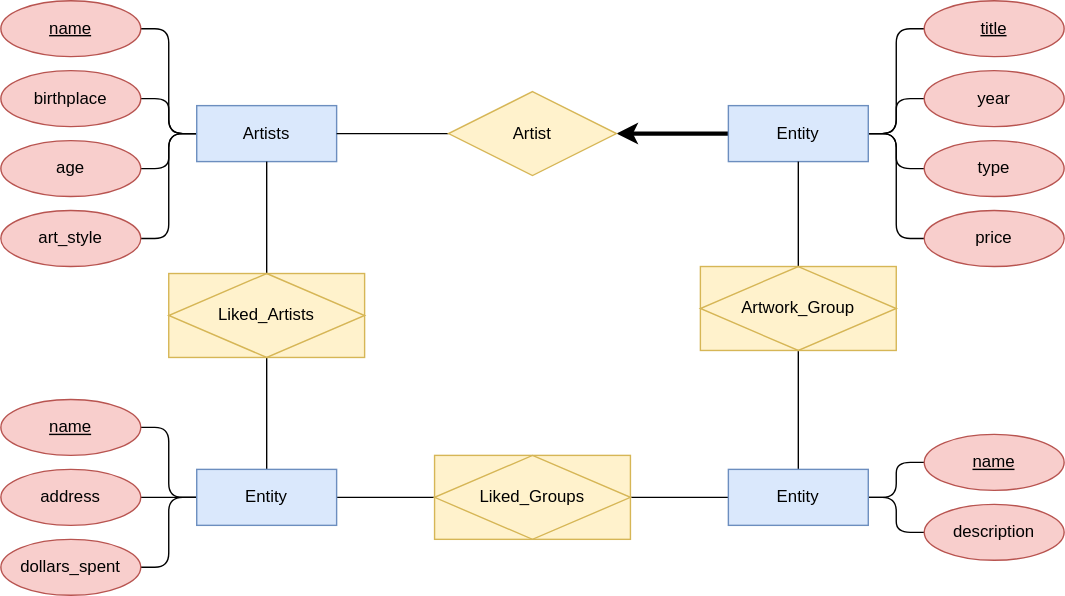
This is ArtBase/ER.svg from eamonniknafs/sample-SQL-schemas, a draw.io export, as it was before one commit. Source tidied: cells renumbered, new cells last; positions are measured from the earlier drawing's top-left corner, leaving out a move shared by most shapes. The source it was exported from:
```xml
<mxGraphModel background="#FFFFFF">
  <root>
    <mxCell id="0" />
    <mxCell id="1" parent="0" />
    <mxCell id="2" style="edgeStyle=orthogonalEdgeStyle;rounded=1;jettySize=auto;html=1;exitX=0;exitY=0.5;exitDx=0;exitDy=0;endArrow=none;endFill=0;" parent="1" edge="1" source="7" target="28">
      <mxGeometry relative="1" as="geometry" />
    </mxCell>
    <mxCell id="3" style="edgeStyle=orthogonalEdgeStyle;rounded=1;jettySize=auto;html=1;exitX=0;exitY=0.5;exitDx=0;exitDy=0;entryX=1;entryY=0.5;entryDx=0;entryDy=0;endArrow=none;endFill=0;" parent="1" edge="1" source="7" target="30">
      <mxGeometry relative="1" as="geometry" />
    </mxCell>
    <mxCell id="4" style="edgeStyle=orthogonalEdgeStyle;rounded=1;jettySize=auto;html=1;exitX=0;exitY=0.5;exitDx=0;exitDy=0;entryX=1;entryY=0.5;entryDx=0;entryDy=0;endArrow=none;endFill=0;" parent="1" edge="1" source="7" target="29">
      <mxGeometry relative="1" as="geometry" />
    </mxCell>
    <mxCell id="5" style="edgeStyle=orthogonalEdgeStyle;rounded=0;jettySize=auto;html=1;exitX=1;exitY=0.5;exitDx=0;exitDy=0;entryX=0;entryY=0.5;entryDx=0;entryDy=0;fontFamily=Helvetica;fontSize=12;fontColor=default;endArrow=none;endFill=0;" parent="1" edge="1" source="7" target="31">
      <mxGeometry relative="1" as="geometry" />
    </mxCell>
    <mxCell id="6" style="edgeStyle=orthogonalEdgeStyle;rounded=0;jettySize=auto;html=1;exitX=0.5;exitY=0;exitDx=0;exitDy=0;entryX=0.5;entryY=1;entryDx=0;entryDy=0;fontFamily=Helvetica;fontSize=12;fontColor=default;endArrow=none;endFill=0;" parent="1" edge="1" source="7" target="33">
      <mxGeometry relative="1" as="geometry" />
    </mxCell>
    <mxCell id="7" value="Entity" style="whiteSpace=wrap;html=1;align=center;fillColor=#dae8fc;strokeColor=#6c8ebf;" parent="1" vertex="1">
      <mxGeometry x="140" y="335" width="100" height="40" as="geometry" />
    </mxCell>
    <mxCell id="8" style="edgeStyle=entityRelationEdgeStyle;rounded=0;jettySize=auto;html=1;exitX=0;exitY=0.5;exitDx=0;exitDy=0;entryX=1;entryY=0.5;entryDx=0;entryDy=0;fontFamily=Helvetica;fontSize=12;fontColor=default;startArrow=none;startFill=0;endArrow=classic;endFill=1;strokeWidth=3;" parent="1" edge="1" source="13" target="35">
      <mxGeometry relative="1" as="geometry" />
    </mxCell>
    <mxCell id="9" style="edgeStyle=orthogonalEdgeStyle;shape=connector;rounded=1;jettySize=auto;html=1;exitX=1;exitY=0.5;exitDx=0;exitDy=0;entryX=0;entryY=0.5;entryDx=0;entryDy=0;labelBackgroundColor=default;fontFamily=Helvetica;fontSize=11;fontColor=default;endArrow=none;endFill=0;strokeColor=default;" parent="1" edge="1" source="13" target="40">
      <mxGeometry relative="1" as="geometry" />
    </mxCell>
    <mxCell id="10" style="edgeStyle=orthogonalEdgeStyle;shape=connector;rounded=1;jettySize=auto;html=1;exitX=1;exitY=0.5;exitDx=0;exitDy=0;entryX=0;entryY=0.5;entryDx=0;entryDy=0;labelBackgroundColor=default;fontFamily=Helvetica;fontSize=11;fontColor=default;endArrow=none;endFill=0;strokeColor=default;" parent="1" edge="1" source="13" target="38">
      <mxGeometry relative="1" as="geometry" />
    </mxCell>
    <mxCell id="11" style="edgeStyle=orthogonalEdgeStyle;shape=connector;rounded=1;jettySize=auto;html=1;exitX=1;exitY=0.5;exitDx=0;exitDy=0;entryX=0;entryY=0.5;entryDx=0;entryDy=0;labelBackgroundColor=default;fontFamily=Helvetica;fontSize=11;fontColor=default;endArrow=none;endFill=0;strokeColor=default;" parent="1" edge="1" source="13" target="39">
      <mxGeometry relative="1" as="geometry" />
    </mxCell>
    <mxCell id="12" style="edgeStyle=orthogonalEdgeStyle;shape=connector;rounded=1;jettySize=auto;html=1;exitX=1;exitY=0.5;exitDx=0;exitDy=0;entryX=0;entryY=0.5;entryDx=0;entryDy=0;labelBackgroundColor=default;fontFamily=Helvetica;fontSize=11;fontColor=default;endArrow=none;endFill=0;strokeColor=default;" parent="1" edge="1" source="13" target="41">
      <mxGeometry relative="1" as="geometry" />
    </mxCell>
    <mxCell id="13" value="Entity" style="whiteSpace=wrap;html=1;align=center;fillColor=#dae8fc;strokeColor=#6c8ebf;" parent="1" vertex="1">
      <mxGeometry x="520" y="75" width="100" height="40" as="geometry" />
    </mxCell>
    <mxCell id="14" style="edgeStyle=orthogonalEdgeStyle;rounded=1;jettySize=auto;html=1;exitX=0;exitY=0.5;exitDx=0;exitDy=0;entryX=1;entryY=0.5;entryDx=0;entryDy=0;endArrow=none;endFill=0;" parent="1" edge="1" source="18" target="24">
      <mxGeometry relative="1" as="geometry" />
    </mxCell>
    <mxCell id="15" style="edgeStyle=orthogonalEdgeStyle;jettySize=auto;html=1;exitX=0;exitY=0.5;exitDx=0;exitDy=0;entryX=1;entryY=0.5;entryDx=0;entryDy=0;endArrow=none;endFill=0;rounded=1;" parent="1" edge="1" source="18" target="26">
      <mxGeometry relative="1" as="geometry" />
    </mxCell>
    <mxCell id="16" style="edgeStyle=orthogonalEdgeStyle;rounded=1;jettySize=auto;html=1;exitX=0;exitY=0.5;exitDx=0;exitDy=0;entryX=1;entryY=0.5;entryDx=0;entryDy=0;endArrow=none;endFill=0;" parent="1" edge="1" source="18" target="25">
      <mxGeometry relative="1" as="geometry" />
    </mxCell>
    <mxCell id="17" style="edgeStyle=orthogonalEdgeStyle;rounded=1;jettySize=auto;html=1;exitX=0;exitY=0.5;exitDx=0;exitDy=0;entryX=1;entryY=0.5;entryDx=0;entryDy=0;endArrow=none;endFill=0;" parent="1" edge="1" source="18" target="27">
      <mxGeometry relative="1" as="geometry" />
    </mxCell>
    <mxCell id="18" value="Artists" style="whiteSpace=wrap;html=1;align=center;fillColor=#dae8fc;strokeColor=#6c8ebf;" parent="1" vertex="1">
      <mxGeometry x="140" y="75" width="100" height="40" as="geometry" />
    </mxCell>
    <mxCell id="19" style="edgeStyle=orthogonalEdgeStyle;rounded=0;jettySize=auto;html=1;exitX=0;exitY=0.5;exitDx=0;exitDy=0;fontFamily=Helvetica;fontSize=12;fontColor=default;endArrow=none;endFill=0;" parent="1" edge="1" source="23" target="31">
      <mxGeometry relative="1" as="geometry" />
    </mxCell>
    <mxCell id="20" style="edgeStyle=orthogonalEdgeStyle;rounded=0;jettySize=auto;html=1;exitX=0.5;exitY=0;exitDx=0;exitDy=0;entryX=0.5;entryY=1;entryDx=0;entryDy=0;fontFamily=Helvetica;fontSize=12;fontColor=default;endArrow=none;endFill=0;" parent="1" edge="1" source="23" target="37">
      <mxGeometry relative="1" as="geometry" />
    </mxCell>
    <mxCell id="21" style="edgeStyle=orthogonalEdgeStyle;shape=connector;rounded=1;jettySize=auto;html=1;exitX=1;exitY=0.5;exitDx=0;exitDy=0;entryX=0;entryY=0.5;entryDx=0;entryDy=0;labelBackgroundColor=default;fontFamily=Helvetica;fontSize=11;fontColor=default;endArrow=none;endFill=0;strokeColor=default;" parent="1" edge="1" source="23" target="43">
      <mxGeometry relative="1" as="geometry" />
    </mxCell>
    <mxCell id="22" style="edgeStyle=orthogonalEdgeStyle;shape=connector;rounded=1;jettySize=auto;html=1;exitX=1;exitY=0.5;exitDx=0;exitDy=0;entryX=0;entryY=0.5;entryDx=0;entryDy=0;labelBackgroundColor=default;fontFamily=Helvetica;fontSize=11;fontColor=default;endArrow=none;endFill=0;strokeColor=default;" parent="1" edge="1" source="23" target="42">
      <mxGeometry relative="1" as="geometry" />
    </mxCell>
    <mxCell id="23" value="Entity" style="whiteSpace=wrap;html=1;align=center;fillColor=#dae8fc;strokeColor=#6c8ebf;" parent="1" vertex="1">
      <mxGeometry x="520" y="335" width="100" height="40" as="geometry" />
    </mxCell>
    <mxCell id="24" value="birthplace" style="ellipse;whiteSpace=wrap;html=1;align=center;fillColor=#f8cecc;strokeColor=#b85450;" parent="1" vertex="1">
      <mxGeometry y="50" width="100" height="40" as="geometry" />
    </mxCell>
    <mxCell id="25" value="age" style="ellipse;whiteSpace=wrap;html=1;align=center;fillColor=#f8cecc;strokeColor=#b85450;" parent="1" vertex="1">
      <mxGeometry y="100" width="100" height="40" as="geometry" />
    </mxCell>
    <mxCell id="26" value="name" style="ellipse;whiteSpace=wrap;html=1;align=center;fontStyle=4;fillColor=#f8cecc;strokeColor=#b85450;" parent="1" vertex="1">
      <mxGeometry width="100" height="40" as="geometry" />
    </mxCell>
    <mxCell id="27" value="art_style" style="ellipse;whiteSpace=wrap;html=1;align=center;fillColor=#f8cecc;strokeColor=#b85450;" parent="1" vertex="1">
      <mxGeometry y="150" width="100" height="40" as="geometry" />
    </mxCell>
    <mxCell id="28" value="address" style="ellipse;whiteSpace=wrap;html=1;align=center;fillColor=#f8cecc;strokeColor=#b85450;" parent="1" vertex="1">
      <mxGeometry y="335" width="100" height="40" as="geometry" />
    </mxCell>
    <mxCell id="29" value="dollars_spent" style="ellipse;whiteSpace=wrap;html=1;align=center;fillColor=#f8cecc;strokeColor=#b85450;" parent="1" vertex="1">
      <mxGeometry y="385" width="100" height="40" as="geometry" />
    </mxCell>
    <mxCell id="30" value="name" style="ellipse;whiteSpace=wrap;html=1;align=center;fontStyle=4;fillColor=#f8cecc;strokeColor=#b85450;" parent="1" vertex="1">
      <mxGeometry y="285" width="100" height="40" as="geometry" />
    </mxCell>
    <mxCell id="31" value="Liked_Groups" style="shape=associativeEntity;whiteSpace=wrap;html=1;align=center;fillColor=#fff2cc;strokeColor=#d6b656;gradientColor=none;perimeter=rectanglePerimeter;fixDash=0;noLabel=0;backgroundOutline=0;portConstraintRotation=0;" parent="1" vertex="1">
      <mxGeometry x="310" y="325" width="140" height="60" as="geometry" />
    </mxCell>
    <mxCell id="32" style="edgeStyle=orthogonalEdgeStyle;rounded=0;jettySize=auto;html=1;exitX=0.5;exitY=0;exitDx=0;exitDy=0;entryX=0.5;entryY=1;entryDx=0;entryDy=0;fontFamily=Helvetica;fontSize=12;fontColor=default;endArrow=none;endFill=0;" parent="1" edge="1" source="33" target="18">
      <mxGeometry relative="1" as="geometry" />
    </mxCell>
    <mxCell id="33" value="Liked_Artists" style="shape=associativeEntity;whiteSpace=wrap;html=1;align=center;fillColor=#fff2cc;strokeColor=#d6b656;gradientColor=none;perimeter=rectanglePerimeter;fixDash=0;noLabel=0;backgroundOutline=0;portConstraintRotation=0;" parent="1" vertex="1">
      <mxGeometry x="120" y="195" width="140" height="60" as="geometry" />
    </mxCell>
    <mxCell id="34" style="edgeStyle=orthogonalEdgeStyle;rounded=0;jettySize=auto;html=1;exitX=0;exitY=0.5;exitDx=0;exitDy=0;entryX=1;entryY=0.5;entryDx=0;entryDy=0;fontFamily=Helvetica;fontSize=12;fontColor=default;endArrow=none;endFill=0;" parent="1" edge="1" source="35" target="18">
      <mxGeometry relative="1" as="geometry" />
    </mxCell>
    <mxCell id="35" value="Artist" style="shape=rhombus;perimeter=rhombusPerimeter;whiteSpace=wrap;html=1;align=center;fontFamily=Helvetica;fontSize=12;strokeColor=#d6b656;fillColor=#fff2cc;" parent="1" vertex="1">
      <mxGeometry x="320" y="65" width="120" height="60" as="geometry" />
    </mxCell>
    <mxCell id="36" style="edgeStyle=orthogonalEdgeStyle;rounded=0;jettySize=auto;html=1;exitX=0.5;exitY=0;exitDx=0;exitDy=0;entryX=0.5;entryY=1;entryDx=0;entryDy=0;fontFamily=Helvetica;fontSize=12;fontColor=default;endArrow=none;endFill=0;" parent="1" edge="1" source="37" target="13">
      <mxGeometry relative="1" as="geometry" />
    </mxCell>
    <mxCell id="37" value="Artwork_Group" style="shape=associativeEntity;whiteSpace=wrap;html=1;align=center;fillColor=#fff2cc;strokeColor=#d6b656;gradientColor=none;perimeter=rectanglePerimeter;fixDash=0;noLabel=0;backgroundOutline=0;portConstraintRotation=0;" parent="1" vertex="1">
      <mxGeometry x="500" y="190" width="140" height="60" as="geometry" />
    </mxCell>
    <mxCell id="38" value="year" style="ellipse;whiteSpace=wrap;html=1;align=center;fillColor=#f8cecc;strokeColor=#b85450;" parent="1" vertex="1">
      <mxGeometry x="660" y="50" width="100" height="40" as="geometry" />
    </mxCell>
    <mxCell id="39" value="type" style="ellipse;whiteSpace=wrap;html=1;align=center;fillColor=#f8cecc;strokeColor=#b85450;" parent="1" vertex="1">
      <mxGeometry x="660" y="100" width="100" height="40" as="geometry" />
    </mxCell>
    <mxCell id="40" value="title" style="ellipse;whiteSpace=wrap;html=1;align=center;fontStyle=4;fillColor=#f8cecc;strokeColor=#b85450;" parent="1" vertex="1">
      <mxGeometry x="660" width="100" height="40" as="geometry" />
    </mxCell>
    <mxCell id="41" value="price" style="ellipse;whiteSpace=wrap;html=1;align=center;fillColor=#f8cecc;strokeColor=#b85450;" parent="1" vertex="1">
      <mxGeometry x="660" y="150" width="100" height="40" as="geometry" />
    </mxCell>
    <mxCell id="42" value="description" style="ellipse;whiteSpace=wrap;html=1;align=center;fillColor=#f8cecc;strokeColor=#b85450;" parent="1" vertex="1">
      <mxGeometry x="660" y="360" width="100" height="40" as="geometry" />
    </mxCell>
    <mxCell id="43" value="name" style="ellipse;whiteSpace=wrap;html=1;align=center;fontStyle=4;fillColor=#f8cecc;strokeColor=#b85450;" parent="1" vertex="1">
      <mxGeometry x="660" y="310" width="100" height="40" as="geometry" />
    </mxCell>
  </root>
</mxGraphModel>
```
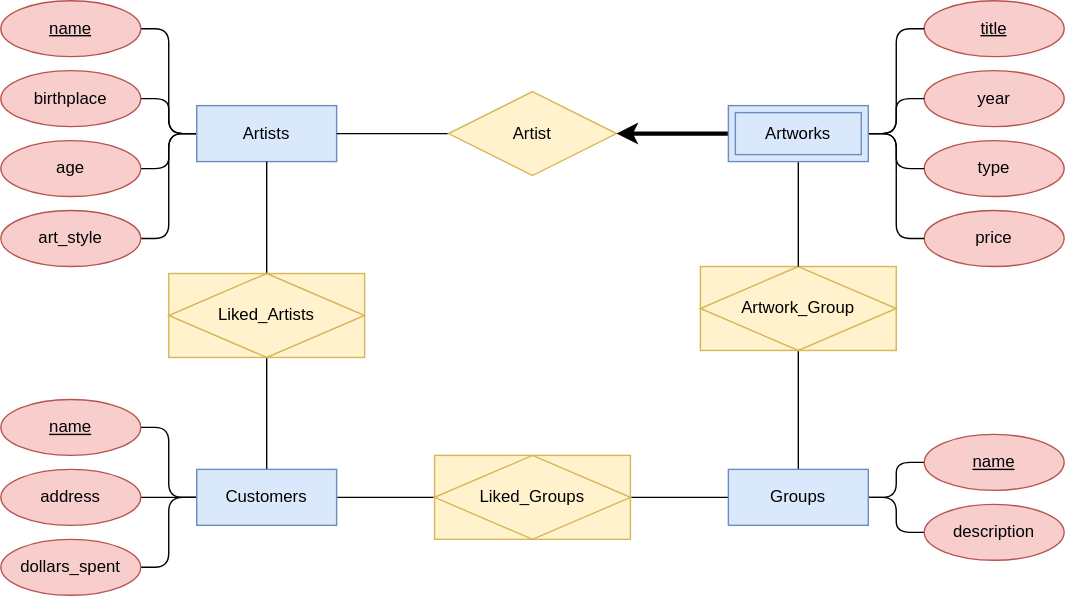
After the change.

What changed in the source:
```diff
@@ -17,27 +17,9 @@
     <mxCell id="6" style="edgeStyle=orthogonalEdgeStyle;rounded=0;jettySize=auto;html=1;exitX=0.5;exitY=0;exitDx=0;exitDy=0;entryX=0.5;entryY=1;entryDx=0;entryDy=0;fontFamily=Helvetica;fontSize=12;fontColor=default;endArrow=none;endFill=0;" parent="1" edge="1" source="7" target="33">
       <mxGeometry relative="1" as="geometry" />
     </mxCell>
-    <mxCell id="7" value="Entity" style="whiteSpace=wrap;html=1;align=center;fillColor=#dae8fc;strokeColor=#6c8ebf;" parent="1" vertex="1">
+    <mxCell id="7" value="Customers" style="whiteSpace=wrap;html=1;align=center;fillColor=#dae8fc;strokeColor=#6c8ebf;" parent="1" vertex="1">
       <mxGeometry x="140" y="335" width="100" height="40" as="geometry" />
     </mxCell>
-    <mxCell id="8" style="edgeStyle=entityRelationEdgeStyle;rounded=0;jettySize=auto;html=1;exitX=0;exitY=0.5;exitDx=0;exitDy=0;entryX=1;entryY=0.5;entryDx=0;entryDy=0;fontFamily=Helvetica;fontSize=12;fontColor=default;startArrow=none;startFill=0;endArrow=classic;endFill=1;strokeWidth=3;" parent="1" edge="1" source="13" target="35">
-      <mxGeometry relative="1" as="geometry" />
-    </mxCell>
-    <mxCell id="9" style="edgeStyle=orthogonalEdgeStyle;shape=connector;rounded=1;jettySize=auto;html=1;exitX=1;exitY=0.5;exitDx=0;exitDy=0;entryX=0;entryY=0.5;entryDx=0;entryDy=0;labelBackgroundColor=default;fontFamily=Helvetica;fontSize=11;fontColor=default;endArrow=none;endFill=0;strokeColor=default;" parent="1" edge="1" source="13" target="40">
-      <mxGeometry relative="1" as="geometry" />
-    </mxCell>
-    <mxCell id="10" style="edgeStyle=orthogonalEdgeStyle;shape=connector;rounded=1;jettySize=auto;html=1;exitX=1;exitY=0.5;exitDx=0;exitDy=0;entryX=0;entryY=0.5;entryDx=0;entryDy=0;labelBackgroundColor=default;fontFamily=Helvetica;fontSize=11;fontColor=default;endArrow=none;endFill=0;strokeColor=default;" parent="1" edge="1" source="13" target="38">
-      <mxGeometry relative="1" as="geometry" />
-    </mxCell>
-    <mxCell id="11" style="edgeStyle=orthogonalEdgeStyle;shape=connector;rounded=1;jettySize=auto;html=1;exitX=1;exitY=0.5;exitDx=0;exitDy=0;entryX=0;entryY=0.5;entryDx=0;entryDy=0;labelBackgroundColor=default;fontFamily=Helvetica;fontSize=11;fontColor=default;endArrow=none;endFill=0;strokeColor=default;" parent="1" edge="1" source="13" target="39">
-      <mxGeometry relative="1" as="geometry" />
-    </mxCell>
-    <mxCell id="12" style="edgeStyle=orthogonalEdgeStyle;shape=connector;rounded=1;jettySize=auto;html=1;exitX=1;exitY=0.5;exitDx=0;exitDy=0;entryX=0;entryY=0.5;entryDx=0;entryDy=0;labelBackgroundColor=default;fontFamily=Helvetica;fontSize=11;fontColor=default;endArrow=none;endFill=0;strokeColor=default;" parent="1" edge="1" source="13" target="41">
-      <mxGeometry relative="1" as="geometry" />
-    </mxCell>
-    <mxCell id="13" value="Entity" style="whiteSpace=wrap;html=1;align=center;fillColor=#dae8fc;strokeColor=#6c8ebf;" parent="1" vertex="1">
-      <mxGeometry x="520" y="75" width="100" height="40" as="geometry" />
-    </mxCell>
     <mxCell id="14" style="edgeStyle=orthogonalEdgeStyle;rounded=1;jettySize=auto;html=1;exitX=0;exitY=0.5;exitDx=0;exitDy=0;entryX=1;entryY=0.5;entryDx=0;entryDy=0;endArrow=none;endFill=0;" parent="1" edge="1" source="18" target="24">
       <mxGeometry relative="1" as="geometry" />
     </mxCell>
@@ -65,7 +47,7 @@
     <mxCell id="22" style="edgeStyle=orthogonalEdgeStyle;shape=connector;rounded=1;jettySize=auto;html=1;exitX=1;exitY=0.5;exitDx=0;exitDy=0;entryX=0;entryY=0.5;entryDx=0;entryDy=0;labelBackgroundColor=default;fontFamily=Helvetica;fontSize=11;fontColor=default;endArrow=none;endFill=0;strokeColor=default;" parent="1" edge="1" source="23" target="42">
       <mxGeometry relative="1" as="geometry" />
     </mxCell>
-    <mxCell id="23" value="Entity" style="whiteSpace=wrap;html=1;align=center;fillColor=#dae8fc;strokeColor=#6c8ebf;" parent="1" vertex="1">
+    <mxCell id="23" value="Groups" style="whiteSpace=wrap;html=1;align=center;fillColor=#dae8fc;strokeColor=#6c8ebf;" parent="1" vertex="1">
       <mxGeometry x="520" y="335" width="100" height="40" as="geometry" />
     </mxCell>
     <mxCell id="24" value="birthplace" style="ellipse;whiteSpace=wrap;html=1;align=center;fillColor=#f8cecc;strokeColor=#b85450;" parent="1" vertex="1">
@@ -104,9 +86,6 @@
     <mxCell id="35" value="Artist" style="shape=rhombus;perimeter=rhombusPerimeter;whiteSpace=wrap;html=1;align=center;fontFamily=Helvetica;fontSize=12;strokeColor=#d6b656;fillColor=#fff2cc;" parent="1" vertex="1">
       <mxGeometry x="320" y="65" width="120" height="60" as="geometry" />
     </mxCell>
-    <mxCell id="36" style="edgeStyle=orthogonalEdgeStyle;rounded=0;jettySize=auto;html=1;exitX=0.5;exitY=0;exitDx=0;exitDy=0;entryX=0.5;entryY=1;entryDx=0;entryDy=0;fontFamily=Helvetica;fontSize=12;fontColor=default;endArrow=none;endFill=0;" parent="1" edge="1" source="37" target="13">
-      <mxGeometry relative="1" as="geometry" />
-    </mxCell>
     <mxCell id="37" value="Artwork_Group" style="shape=associativeEntity;whiteSpace=wrap;html=1;align=center;fillColor=#fff2cc;strokeColor=#d6b656;gradientColor=none;perimeter=rectanglePerimeter;fixDash=0;noLabel=0;backgroundOutline=0;portConstraintRotation=0;" parent="1" vertex="1">
       <mxGeometry x="500" y="190" width="140" height="60" as="geometry" />
     </mxCell>
@@ -128,5 +107,26 @@
     <mxCell id="43" value="name" style="ellipse;whiteSpace=wrap;html=1;align=center;fontStyle=4;fillColor=#f8cecc;strokeColor=#b85450;" parent="1" vertex="1">
       <mxGeometry x="660" y="310" width="100" height="40" as="geometry" />
     </mxCell>
+    <mxCell id="44" style="edgeStyle=orthogonalEdgeStyle;rounded=1;jettySize=auto;html=1;exitX=0.5;exitY=1;exitDx=0;exitDy=0;entryX=0.5;entryY=0;entryDx=0;entryDy=0;endArrow=none;endFill=0;" parent="1" edge="1" source="50" target="37">
+      <mxGeometry relative="1" as="geometry" />
+    </mxCell>
+    <mxCell id="45" style="edgeStyle=orthogonalEdgeStyle;shape=connector;rounded=0;jettySize=auto;html=1;exitX=0;exitY=0.5;exitDx=0;exitDy=0;entryX=1;entryY=0.5;entryDx=0;entryDy=0;labelBackgroundColor=default;fontFamily=Helvetica;fontSize=12;fontColor=default;endArrow=classic;endFill=1;strokeColor=default;strokeWidth=3;startArrow=none;startFill=0;" parent="1" edge="1" source="50" target="35">
+      <mxGeometry relative="1" as="geometry" />
+    </mxCell>
+    <mxCell id="46" style="edgeStyle=orthogonalEdgeStyle;shape=connector;rounded=1;jettySize=auto;html=1;exitX=1;exitY=0.5;exitDx=0;exitDy=0;entryX=0;entryY=0.5;entryDx=0;entryDy=0;labelBackgroundColor=default;fontFamily=Helvetica;fontSize=11;fontColor=default;endArrow=none;endFill=0;strokeColor=default;" parent="1" edge="1" source="50" target="40">
+      <mxGeometry relative="1" as="geometry" />
+    </mxCell>
+    <mxCell id="47" style="edgeStyle=orthogonalEdgeStyle;shape=connector;rounded=1;jettySize=auto;html=1;exitX=1;exitY=0.5;exitDx=0;exitDy=0;entryX=0;entryY=0.5;entryDx=0;entryDy=0;labelBackgroundColor=default;fontFamily=Helvetica;fontSize=11;fontColor=default;endArrow=none;endFill=0;strokeColor=default;" parent="1" edge="1" source="50" target="38">
+      <mxGeometry relative="1" as="geometry" />
+    </mxCell>
+    <mxCell id="48" style="edgeStyle=orthogonalEdgeStyle;shape=connector;rounded=1;jettySize=auto;html=1;exitX=1;exitY=0.5;exitDx=0;exitDy=0;entryX=0;entryY=0.5;entryDx=0;entryDy=0;labelBackgroundColor=default;fontFamily=Helvetica;fontSize=11;fontColor=default;endArrow=none;endFill=0;strokeColor=default;" parent="1" edge="1" source="50" target="39">
+      <mxGeometry relative="1" as="geometry" />
+    </mxCell>
+    <mxCell id="49" style="edgeStyle=orthogonalEdgeStyle;shape=connector;rounded=1;jettySize=auto;html=1;exitX=1;exitY=0.5;exitDx=0;exitDy=0;entryX=0;entryY=0.5;entryDx=0;entryDy=0;labelBackgroundColor=default;fontFamily=Helvetica;fontSize=11;fontColor=default;endArrow=none;endFill=0;strokeColor=default;" parent="1" edge="1" source="50" target="41">
+      <mxGeometry relative="1" as="geometry" />
+    </mxCell>
+    <mxCell id="50" value="Artworks" style="shape=ext;margin=3;double=1;whiteSpace=wrap;html=1;align=center;fillColor=#dae8fc;strokeColor=#6c8ebf;" parent="1" vertex="1">
+      <mxGeometry x="520" y="75" width="100" height="40" as="geometry" />
+    </mxCell>
   </root>
 </mxGraphModel>
```
